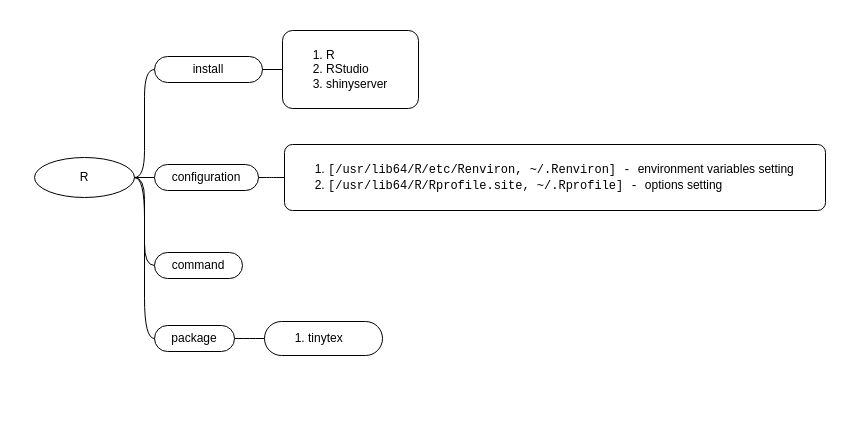
This is page "R" (1 of 7) of languages/R/R.drawio from yangdj/tf_docs, a draw.io file, before an edit. Source tidied: cells renumbered, new cells numbered last; positions are measured from the earlier drawing's top-left corner, leaving out a move shared by most shapes. Both pictures are drawn from the tidied source at 100%, with x=0, y=0 at pixel (17, 17).
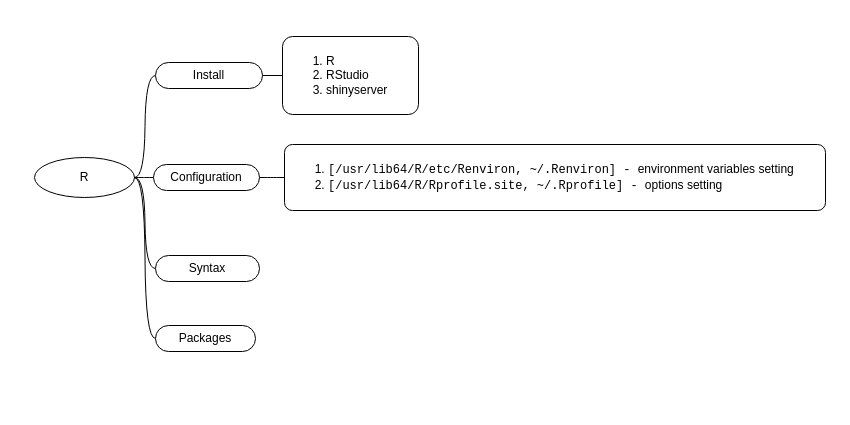
Above is the later version.

What changed in the source:
```diff
@@
 <mxGraphModel>
   <root>
     <mxCell id="0" />
     <mxCell id="1" parent="0" />
     <mxCell id="2" style="swimlane;html=1;startSize=18;horizontal=1;containerType=tree;fillColor=none;strokeColor=none;" parent="1" vertex="1">
       <mxGeometry width="816" height="391" as="geometry" />
     </mxCell>
     <mxCell id="3" style="edgeStyle=entityRelationEdgeStyle;startArrow=none;endArrow=none;segment=10;curved=1;" parent="2" edge="1" source="4" target="5">
       <mxGeometry relative="1" as="geometry" />
     </mxCell>
     <mxCell id="4" value="R" style="ellipse;whiteSpace=wrap;html=1;align=center;newEdgeStyle={&quot;edgeStyle&quot;:&quot;entityRelationEdgeStyle&quot;,&quot;startArrow&quot;:&quot;none&quot;,&quot;endArrow&quot;:&quot;none&quot;,&quot;segment&quot;:10,&quot;curved&quot;:1};" parent="2" vertex="1">
       <mxGeometry x="17" y="140" width="100" height="40" as="geometry" />
     </mxCell>
-    <mxCell id="5" value="install" style="whiteSpace=wrap;html=1;rounded=1;arcSize=50;align=center;verticalAlign=middle;strokeWidth=1;spacing=4;newEdgeStyle={&quot;edgeStyle&quot;:&quot;entityRelationEdgeStyle&quot;,&quot;startArrow&quot;:&quot;none&quot;,&quot;endArrow&quot;:&quot;none&quot;,&quot;segment&quot;:10,&quot;curved&quot;:1};" parent="2" vertex="1">
-      <mxGeometry x="137" y="39" width="108" height="26" as="geometry" />
+    <mxCell id="5" value="Install" style="whiteSpace=wrap;html=1;rounded=1;arcSize=50;align=center;verticalAlign=middle;strokeWidth=1;spacing=4;newEdgeStyle={&quot;edgeStyle&quot;:&quot;entityRelationEdgeStyle&quot;,&quot;startArrow&quot;:&quot;none&quot;,&quot;endArrow&quot;:&quot;none&quot;,&quot;segment&quot;:10,&quot;curved&quot;:1};" parent="2" vertex="1">
+      <mxGeometry x="138" y="45" width="107" height="26" as="geometry" />
     </mxCell>
     <mxCell id="6" style="edgeStyle=entityRelationEdgeStyle;startArrow=none;endArrow=none;segment=10;curved=1;" parent="2" edge="1" source="4" target="7">
       <mxGeometry relative="1" as="geometry" />
     </mxCell>
-    <mxCell id="7" value="configuration" style="whiteSpace=wrap;html=1;rounded=1;arcSize=50;align=center;verticalAlign=middle;strokeWidth=1;spacing=4;newEdgeStyle={&quot;edgeStyle&quot;:&quot;entityRelationEdgeStyle&quot;,&quot;startArrow&quot;:&quot;none&quot;,&quot;endArrow&quot;:&quot;none&quot;,&quot;segment&quot;:10,&quot;curved&quot;:1};" parent="2" vertex="1">
-      <mxGeometry x="137" y="147" width="104" height="26" as="geometry" />
+    <mxCell id="7" value="Configuration" style="whiteSpace=wrap;html=1;rounded=1;arcSize=50;align=center;verticalAlign=middle;strokeWidth=1;spacing=4;newEdgeStyle={&quot;edgeStyle&quot;:&quot;entityRelationEdgeStyle&quot;,&quot;startArrow&quot;:&quot;none&quot;,&quot;endArrow&quot;:&quot;none&quot;,&quot;segment&quot;:10,&quot;curved&quot;:1};" parent="2" vertex="1">
+      <mxGeometry x="136" y="147" width="106" height="26" as="geometry" />
     </mxCell>
     <mxCell id="8" style="edgeStyle=entityRelationEdgeStyle;startArrow=none;endArrow=none;segment=10;curved=1;" parent="2" edge="1" source="7" target="9">
       <mxGeometry relative="1" as="geometry" />
     </mxCell>
     <mxCell id="9" value="&lt;ol&gt;&lt;li&gt;&lt;font face=&quot;Courier New&quot;&gt;[/usr/lib64/R/etc/Renviron, ~/.Renviron] - &lt;/font&gt;environment variables setting&lt;/li&gt;&lt;li&gt;&lt;font face=&quot;Courier New&quot;&gt;[/usr/lib64/R/Rprofile.site, ~/.Rprofile] - &lt;/font&gt;options setting&lt;/li&gt;&lt;/ol&gt;" style="whiteSpace=wrap;html=1;rounded=1;arcSize=12;align=left;verticalAlign=middle;strokeWidth=1;spacing=4;newEdgeStyle={&quot;edgeStyle&quot;:&quot;entityRelationEdgeStyle&quot;,&quot;startArrow&quot;:&quot;none&quot;,&quot;endArrow&quot;:&quot;none&quot;,&quot;segment&quot;:10,&quot;curved&quot;:1};" parent="2" vertex="1">
       <mxGeometry x="267" y="127" width="541" height="66" as="geometry" />
     </mxCell>
     <mxCell id="10" style="edgeStyle=entityRelationEdgeStyle;startArrow=none;endArrow=none;segment=10;curved=1;" parent="2" edge="1" source="5" target="11">
       <mxGeometry relative="1" as="geometry" />
     </mxCell>
     <mxCell id="11" value="&lt;ol&gt;&lt;li&gt;R&lt;/li&gt;&lt;li&gt;&lt;span&gt;RStudio&lt;/span&gt;&lt;br&gt;&lt;/li&gt;&lt;li&gt;shinyserver&lt;/li&gt;&lt;/ol&gt;" style="whiteSpace=wrap;html=1;rounded=1;arcSize=13;align=left;verticalAlign=middle;strokeWidth=1;spacing=4;newEdgeStyle={&quot;edgeStyle&quot;:&quot;entityRelationEdgeStyle&quot;,&quot;startArrow&quot;:&quot;none&quot;,&quot;endArrow&quot;:&quot;none&quot;,&quot;segment&quot;:10,&quot;curved&quot;:1};" parent="2" vertex="1">
-      <mxGeometry x="265" y="13" width="136" height="78" as="geometry" />
+      <mxGeometry x="265" y="19" width="136" height="78" as="geometry" />
     </mxCell>
     <mxCell id="12" style="edgeStyle=entityRelationEdgeStyle;startArrow=none;endArrow=none;segment=10;curved=1;" parent="2" edge="1" source="4" target="13">
       <mxGeometry relative="1" as="geometry" />
     </mxCell>
-    <mxCell id="13" value="package" style="whiteSpace=wrap;html=1;rounded=1;arcSize=50;align=center;verticalAlign=middle;strokeWidth=1;spacing=4;newEdgeStyle={&quot;edgeStyle&quot;:&quot;entityRelationEdgeStyle&quot;,&quot;startArrow&quot;:&quot;none&quot;,&quot;endArrow&quot;:&quot;none&quot;,&quot;segment&quot;:10,&quot;curved&quot;:1};" parent="2" vertex="1">
-      <mxGeometry x="137" y="308" width="80" height="26" as="geometry" />
+    <mxCell id="13" value="Packages" style="whiteSpace=wrap;html=1;rounded=1;arcSize=50;align=center;verticalAlign=middle;strokeWidth=1;spacing=4;newEdgeStyle={&quot;edgeStyle&quot;:&quot;entityRelationEdgeStyle&quot;,&quot;startArrow&quot;:&quot;none&quot;,&quot;endArrow&quot;:&quot;none&quot;,&quot;segment&quot;:10,&quot;curved&quot;:1};" parent="2" vertex="1">
+      <mxGeometry x="138" y="308" width="100" height="26" as="geometry" />
     </mxCell>
-    <mxCell id="14" style="edgeStyle=entityRelationEdgeStyle;startArrow=none;endArrow=none;segment=10;curved=1;" parent="2" edge="1" source="13" target="15">
-      <mxGeometry relative="1" as="geometry" />
-    </mxCell>
-    <mxCell id="15" value="&lt;ol&gt;&lt;li&gt;tinytex&lt;/li&gt;&lt;/ol&gt;" style="whiteSpace=wrap;html=1;rounded=1;arcSize=50;align=left;verticalAlign=middle;strokeWidth=1;spacing=4;newEdgeStyle={&quot;edgeStyle&quot;:&quot;entityRelationEdgeStyle&quot;,&quot;startArrow&quot;:&quot;none&quot;,&quot;endArrow&quot;:&quot;none&quot;,&quot;segment&quot;:10,&quot;curved&quot;:1};" parent="2" vertex="1">
-      <mxGeometry x="247" y="304" width="118" height="34" as="geometry" />
-    </mxCell>
     <mxCell id="16" style="edgeStyle=entityRelationEdgeStyle;startArrow=none;endArrow=none;segment=10;curved=1;" parent="2" edge="1" source="4" target="17">
       <mxGeometry relative="1" as="geometry" />
     </mxCell>
-    <mxCell id="17" value="command" style="whiteSpace=wrap;html=1;rounded=1;arcSize=50;align=center;verticalAlign=middle;strokeWidth=1;spacing=4;newEdgeStyle={&quot;edgeStyle&quot;:&quot;entityRelationEdgeStyle&quot;,&quot;startArrow&quot;:&quot;none&quot;,&quot;endArrow&quot;:&quot;none&quot;,&quot;segment&quot;:10,&quot;curved&quot;:1};" parent="2" vertex="1">
-      <mxGeometry x="137" y="235" width="88" height="26" as="geometry" />
+    <mxCell id="17" value="Syntax" style="whiteSpace=wrap;html=1;rounded=1;arcSize=50;align=center;verticalAlign=middle;strokeWidth=1;spacing=4;newEdgeStyle={&quot;edgeStyle&quot;:&quot;entityRelationEdgeStyle&quot;,&quot;startArrow&quot;:&quot;none&quot;,&quot;endArrow&quot;:&quot;none&quot;,&quot;segment&quot;:10,&quot;curved&quot;:1};" parent="2" vertex="1">
+      <mxGeometry x="138" y="238" width="104" height="26" as="geometry" />
     </mxCell>
   </root>
 </mxGraphModel>
```
